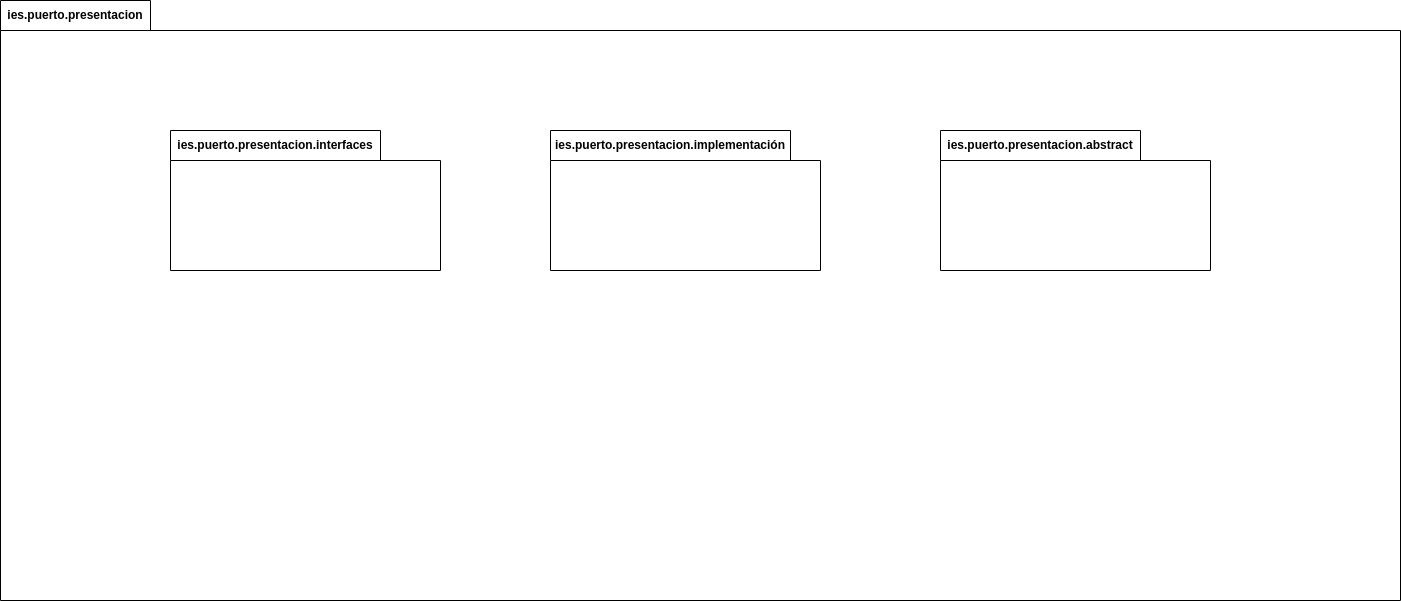
Above: PruebaDiagramaPaquetes.png in PeterMartEsc/ETS (draw.io), before the change. Source tidied: cells renumbered, new cells last; positions are measured from the earlier drawing's top-left corner, leaving out a move shared by most shapes.
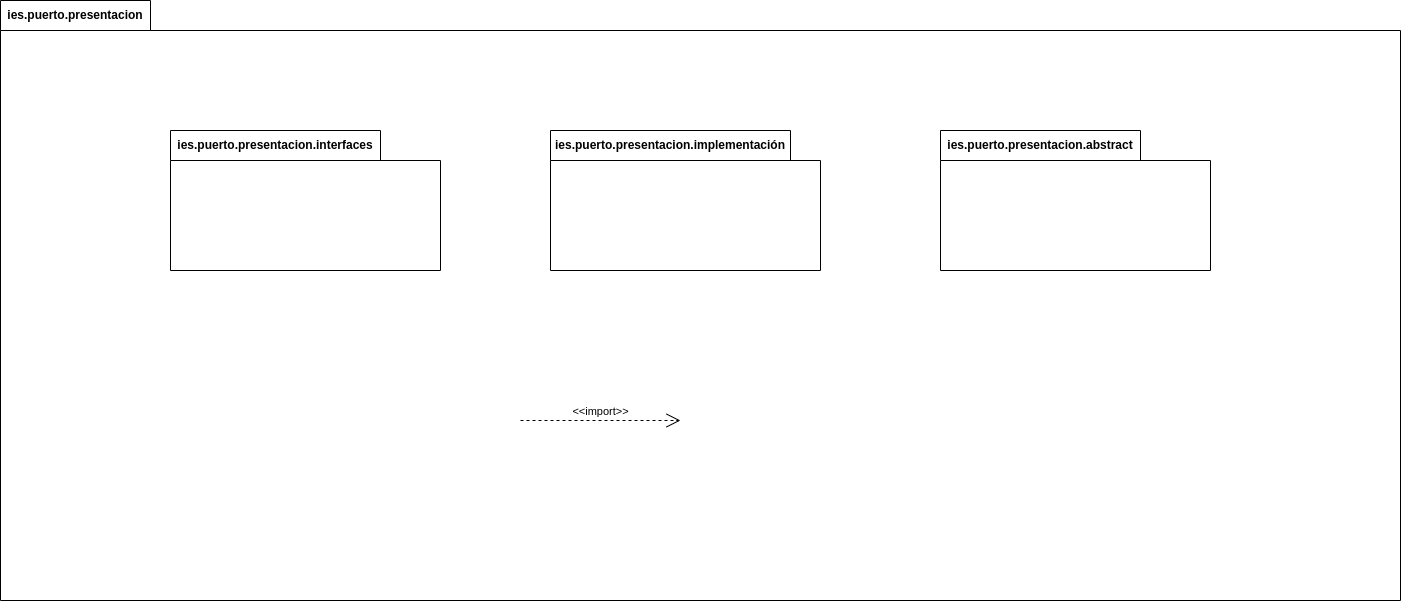
After the change.

Change to the diagram source:
```diff
@@ -14,5 +14,11 @@
     <mxCell id="5" value="ies.puerto.presentacion.implementación" style="shape=folder;fontStyle=1;tabWidth=240;tabHeight=30;tabPosition=left;html=1;boundedLbl=1;labelInHeader=1;whiteSpace=wrap;fillColor=none;" parent="2" vertex="1">
       <mxGeometry x="550" y="130" width="270" height="140" as="geometry" />
     </mxCell>
+    <mxCell id="6" value="&amp;lt;&amp;lt;import&amp;gt;&amp;gt;" style="edgeStyle=none;html=1;endArrow=open;endSize=12;dashed=1;verticalAlign=bottom;rounded=0;" parent="1" edge="1">
+      <mxGeometry relative="1" as="geometry">
+        <mxPoint x="520" y="420" as="sourcePoint" />
+        <mxPoint x="680" y="420" as="targetPoint" />
+      </mxGeometry>
+    </mxCell>
   </root>
 </mxGraphModel>
```
